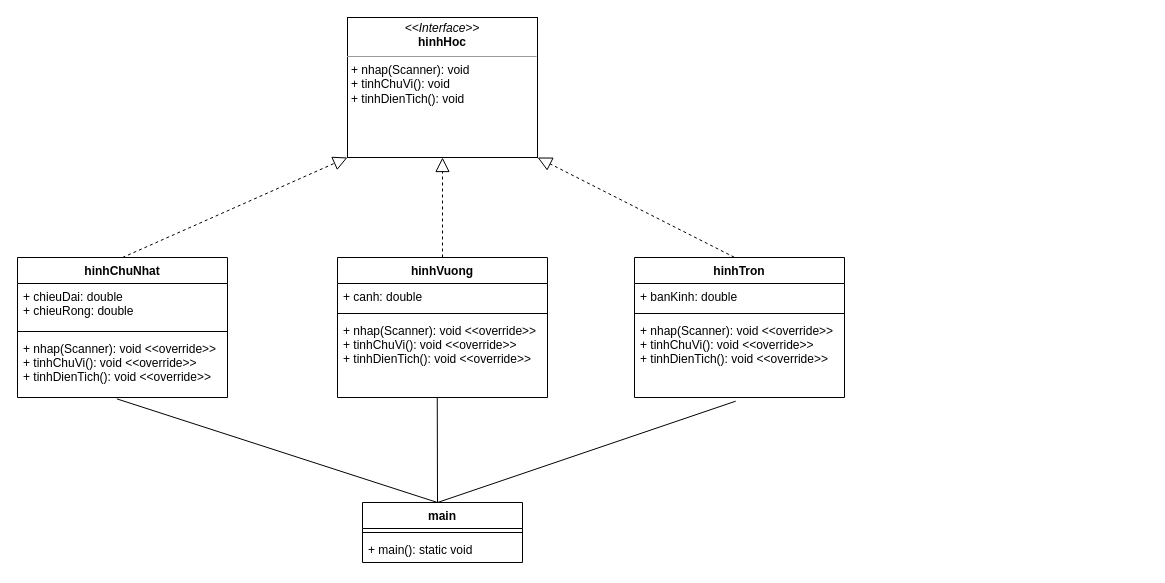
Above: page "hinhHoc" (2 of 2) of src/main/java/ClassDiagram.drawio in Kurosagi19/D02K13 (draw.io), before the change. Source tidied: cells renumbered, new cells numbered last; positions are measured from the earlier drawing's top-left corner, leaving out a move shared by most shapes. Both pictures are drawn from the tidied source at 100%, with x=0, y=0 at pixel (17, 17).
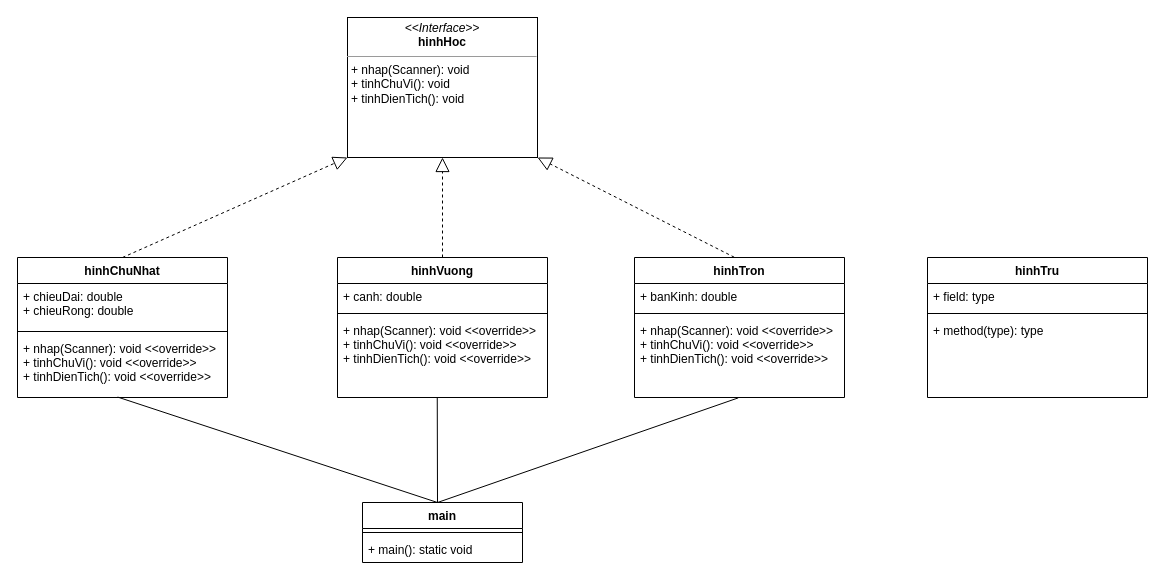
The same page after the edit.

Unchanged cells that the change refers to:
```xml
<mxCell id="6" value="+ nhap(Scanner): void &lt;&lt;override&gt;&gt;&#10;+ tinhChuVi(): void &lt;&lt;override&gt;&gt;&#10;+ tinhDienTich(): void &lt;&lt;override&gt;&gt;" style="text;strokeColor=none;fillColor=none;align=left;verticalAlign=top;spacingLeft=4;spacingRight=4;overflow=hidden;points=[[0,0.5],[1,0.5]];portConstraint=eastwest;" parent="3" vertex="1">
  <mxGeometry y="78" width="210" height="62" as="geometry" />
</mxCell>
<mxCell id="14" value="+ nhap(Scanner): void &lt;&lt;override&gt;&gt;&#10;+ tinhChuVi(): void &lt;&lt;override&gt;&gt;&#10;+ tinhDienTich(): void &lt;&lt;override&gt;&gt;" style="text;strokeColor=none;fillColor=none;align=left;verticalAlign=top;spacingLeft=4;spacingRight=4;overflow=hidden;points=[[0,0.5],[1,0.5]];portConstraint=eastwest;" parent="11" vertex="1">
  <mxGeometry y="60" width="210" height="80" as="geometry" />
</mxCell>
```

Diff of the diagram source:
```diff
@@
-    <mxCell id="18" style="endArrow=none;html=1;rounded=0;entryX=0.473;entryY=1.022;entryDx=0;entryDy=0;entryPerimeter=0;" parent="1" edge="1" target="6">
+    <mxCell id="18" style="endArrow=none;html=1;rounded=0;entryX=0.477;entryY=0.993;entryDx=0;entryDy=0;entryPerimeter=0;" parent="1" edge="1" target="6">
       <mxGeometry relative="1" as="geometry">
         <mxPoint x="420" y="485" as="sourcePoint" />
       </mxGeometry>
     </mxCell>
@@
-    <mxCell id="20" style="endArrow=none;html=1;rounded=0;entryX=0.482;entryY=1.046;entryDx=0;entryDy=0;entryPerimeter=0;" parent="1" edge="1" target="14">
+    <mxCell id="20" style="endArrow=none;html=1;rounded=0;entryX=0.494;entryY=1.005;entryDx=0;entryDy=0;entryPerimeter=0;" parent="1" edge="1" target="14">
       <mxGeometry relative="1" as="geometry">
         <mxPoint x="420" y="485" as="sourcePoint" />
       </mxGeometry>
     </mxCell>
@@
+    <mxCell id="24" value="hinhTru" style="swimlane;fontStyle=1;align=center;verticalAlign=top;horizontal=1;startSize=26;" parent="1" vertex="1">
+      <mxGeometry x="910" y="240" width="220" height="140" as="geometry" />
+    </mxCell>
+    <mxCell id="25" value="+ field: type" style="text;strokeColor=none;fillColor=none;align=left;verticalAlign=top;spacingLeft=4;spacingRight=4;overflow=hidden;" parent="24" vertex="1">
+      <mxGeometry y="26" width="220" height="26" as="geometry" />
+    </mxCell>
+    <mxCell id="26" style="line;strokeWidth=1;fillColor=none;align=left;verticalAlign=middle;spacingTop=-1;spacingLeft=3;spacingRight=3;labelPosition=right;" parent="24" vertex="1">
+      <mxGeometry y="52" width="220" height="8" as="geometry" />
+    </mxCell>
+    <mxCell id="27" value="+ method(type): type" style="text;strokeColor=none;fillColor=none;align=left;verticalAlign=top;spacingLeft=4;spacingRight=4;overflow=hidden;" parent="24" vertex="1">
+      <mxGeometry y="60" width="220" height="80" as="geometry" />
+    </mxCell>
```
